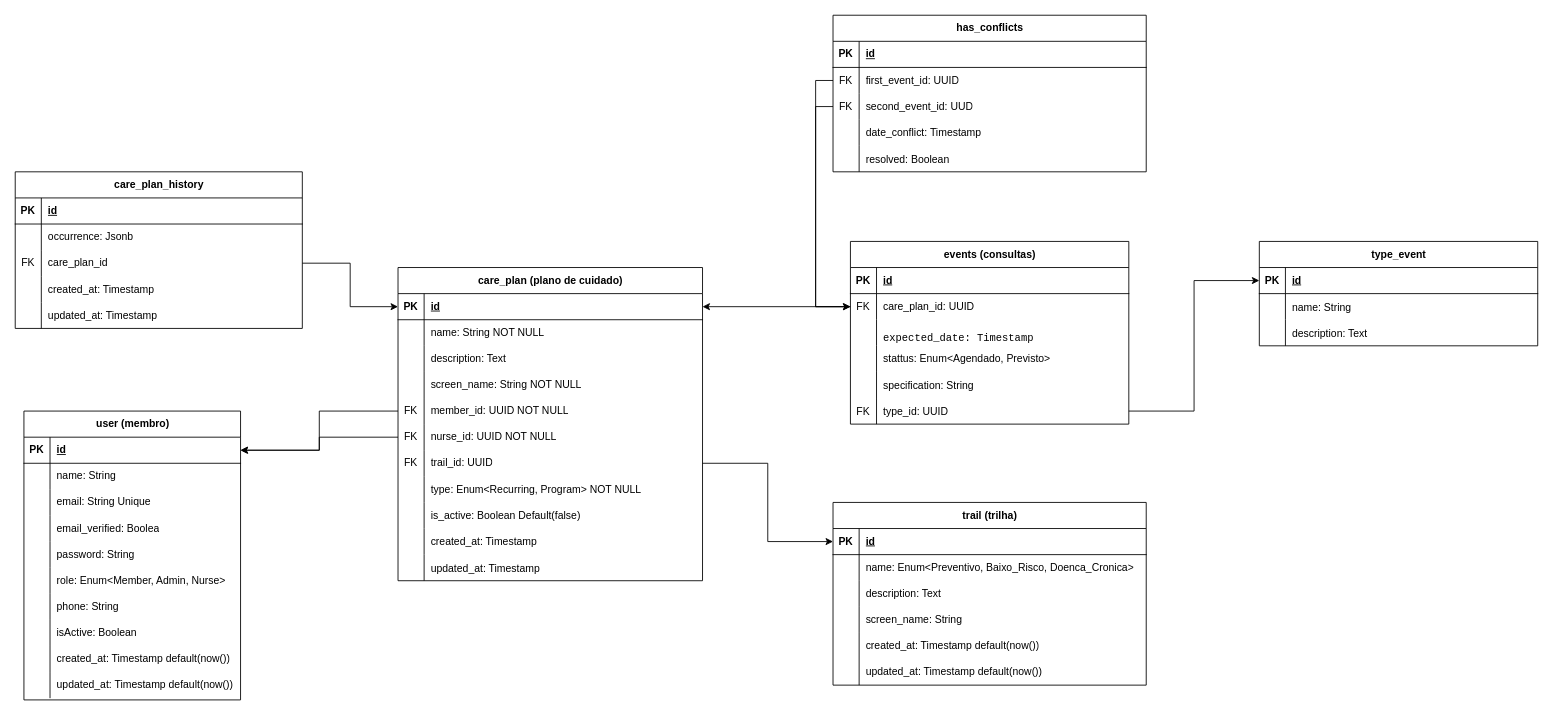
Before: aliena-test.drawio in williamthewill/alinea-test-back-end, a draw.io diagram. Source tidied: cells renumbered, new cells numbered last; positions are measured from the earlier drawing's top-left corner, leaving out a move shared by most shapes. Both pictures are drawn from the tidied source at 87%, with x=0, y=0 at pixel (15, 15).
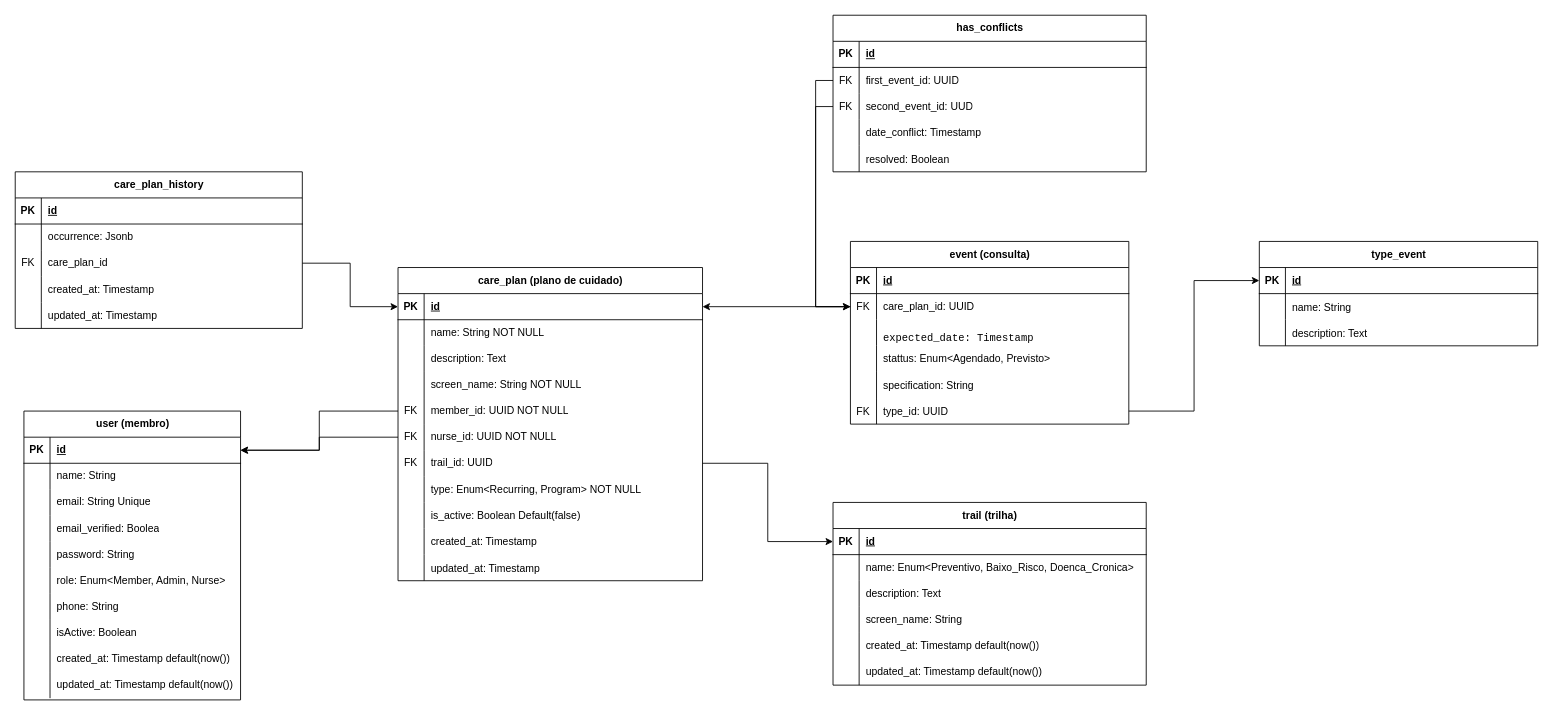
The same diagram, later.

The edit, as a diff of the source:
```diff
@@
-    <mxCell id="55" value="&lt;div&gt;events&amp;nbsp;(consultas)&lt;/div&gt;" style="shape=table;startSize=30;childLayout=tableLayout;rowLines=0;fontStyle=1;align=center;html=1;" parent="1" vertex="1">
+    <mxCell id="55" value="&lt;div&gt;event (consulta)&lt;/div&gt;" style="shape=table;startSize=30;childLayout=tableLayout;rowLines=0;fontStyle=1;align=center;html=1;" parent="1" vertex="1">
       <mxGeometry x="960" y="260" width="320" height="210" as="geometry" />
     </mxCell>
```
